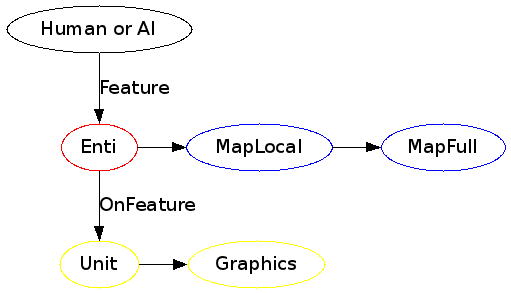
This is Docs/dot/Command.dot.png from Akela1101/strategix, a Graphviz export, as it was before one commit. Its source is kept beside it as Docs/dot/Command.dot. Its diagram source:
```dot
digraph G
{
	"Human or AI" -> Enti [label = Feature]
	Enti -> Unit [label = OnFeature]
	Enti -> MapLocal -> MapFull
	Unit -> Graphics

	Enti [color = red]
	MapFull [color = blue]
	MapLocal [color = blue]
	Unit [color = yellow]
	Graphics [color = yellow]

	{rank = same; Enti; MapLocal; MapFull}
	{rank = same; Unit; Graphics}
}
```
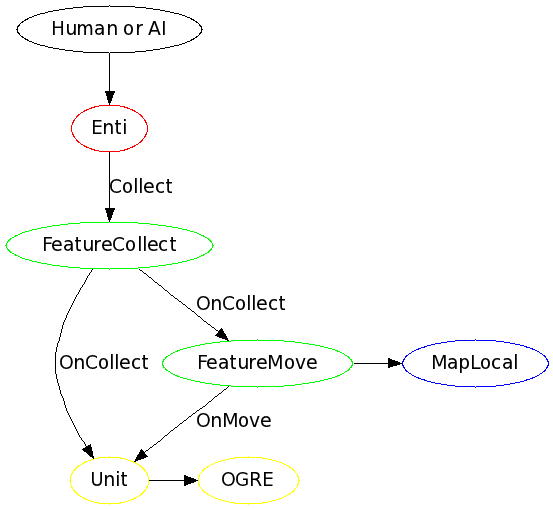
The same diagram one commit later.

Commit message:
Manual collect with more than one Worker. Bugs fixed.

What changed in the source:
```diff
@@ -1,16 +1,20 @@
 digraph G
 {
-	"Human or AI" -> Enti [label = Feature]
-	Enti -> Unit [label = OnFeature]
-	Enti -> MapLocal -> MapFull
-	Unit -> Graphics
+	"Human or AI" -> Enti
+	Enti -> FeatureCollect [label = Collect]
+	FeatureCollect -> Unit [label = OnCollect]
+	FeatureCollect -> FeatureMove [label = OnCollect]
+	FeatureMove -> Unit [label = OnMove]
+	FeatureMove -> MapLocal
+	Unit -> OGRE
 
 	Enti [color = red]
-	MapFull [color = blue]
 	MapLocal [color = blue]
+	FeatureCollect [color = green]
+	FeatureMove [color = green]
 	Unit [color = yellow]
-	Graphics [color = yellow]
+	OGRE [color = yellow]
 
-	{rank = same; Enti; MapLocal; MapFull}
-	{rank = same; Unit; Graphics}
+	{rank = same; FeatureMove; MapLocal}
+	{rank = same; Unit; OGRE}
 }
```
